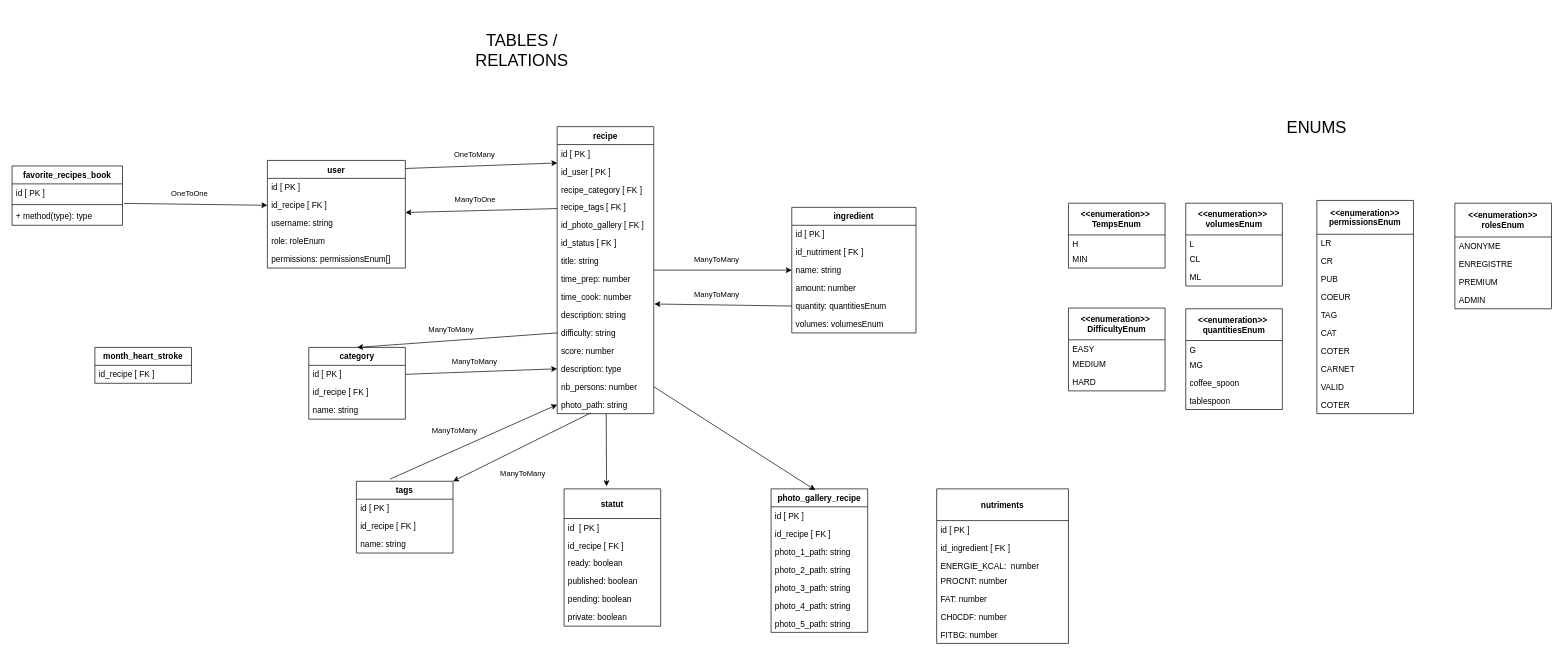
Above: diagramme-recettes.drawio in Thomas088/diagramme-cuisine (draw.io), before the change. Source tidied: cells renumbered, new cells numbered last; positions are measured from the earlier drawing's top-left corner, leaving out a move shared by most shapes. Both pictures are drawn from the tidied source at 69%, with x=0, y=0 at pixel (12, 12).
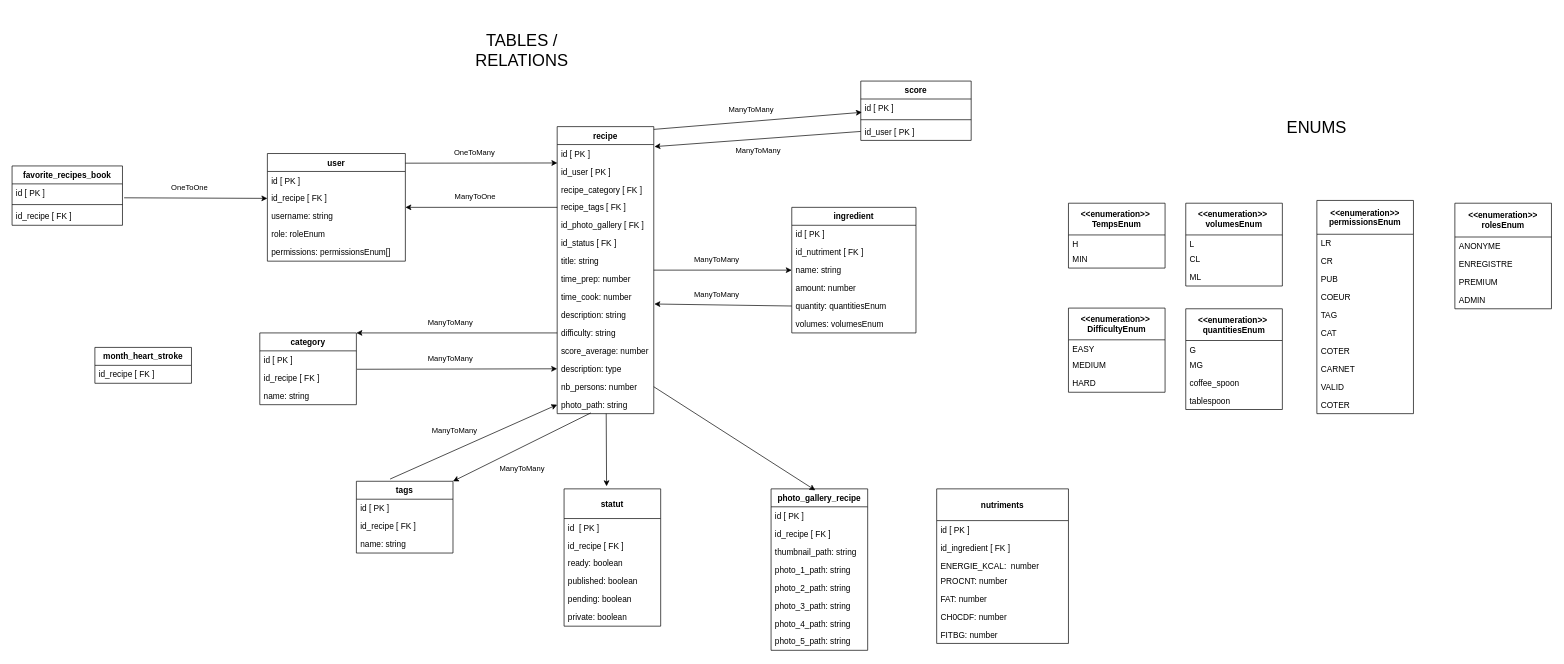
The same diagram, later.

Unchanged cells that the change refers to:
```xml
<mxCell id="18" value="recipe" style="swimlane;fontStyle=1;horizontal=1;startSize=26;fillColor=none;" parent="1" vertex="1">
  <mxGeometry x="790" y="166" width="140" height="416" as="geometry" />
</mxCell>
<mxCell id="20" value="id_user [ PK ]" style="text;strokeColor=none;fillColor=none;align=left;verticalAlign=top;spacingLeft=4;spacingRight=4;overflow=hidden;points=[[0,0.5],[1,0.5]];portConstraint=eastwest;" parent="18" vertex="1">
  <mxGeometry y="52" width="140" height="26" as="geometry" />
</mxCell>
<mxCell id="22" value="recipe_tags [ FK ]" style="text;strokeColor=none;fillColor=none;align=left;verticalAlign=top;spacingLeft=4;spacingRight=4;overflow=hidden;points=[[0,0.5],[1,0.5]];portConstraint=eastwest;" parent="18" vertex="1">
  <mxGeometry y="104" width="140" height="26" as="geometry" />
</mxCell>
<mxCell id="29" value="difficulty: string" style="text;strokeColor=none;fillColor=none;align=left;verticalAlign=top;spacingLeft=4;spacingRight=4;overflow=hidden;points=[[0,0.5],[1,0.5]];portConstraint=eastwest;" parent="18" vertex="1">
  <mxGeometry y="286" width="140" height="26" as="geometry" />
</mxCell>
<mxCell id="31" value="description: type" style="text;strokeColor=none;fillColor=none;align=left;verticalAlign=top;spacingLeft=4;spacingRight=4;overflow=hidden;points=[[0,0.5],[1,0.5]];portConstraint=eastwest;" parent="18" vertex="1">
  <mxGeometry y="338" width="140" height="26" as="geometry" />
</mxCell>
<mxCell id="36" style="endArrow=classic;html=1;exitX=0.349;exitY=0.958;exitDx=0;exitDy=0;exitPerimeter=0;entryX=1;entryY=0;entryDx=0;entryDy=0;" parent="1" edge="1" source="33" target="72">
  <mxGeometry relative="1" as="geometry" />
</mxCell>
<mxCell id="111" value="favorite_recipes_book" style="swimlane;fontStyle=1;align=center;verticalAlign=top;horizontal=1;startSize=26;" parent="1" vertex="1">
  <mxGeometry y="223" width="160" height="86" as="geometry" />
</mxCell>
<mxCell id="112" value="id [ PK ]" style="text;strokeColor=none;fillColor=none;align=left;verticalAlign=top;spacingLeft=4;spacingRight=4;overflow=hidden;points=[[0,0.5],[1,0.5]];portConstraint=eastwest;" parent="111" vertex="1">
  <mxGeometry y="26" width="160" height="26" as="geometry" />
</mxCell>
```

What changed in the source:
```diff
@@
-    <mxCell id="4" style="endArrow=classic;html=1;entryX=0.002;entryY=0.026;entryDx=0;entryDy=0;entryPerimeter=0;exitX=0.999;exitY=0.075;exitDx=0;exitDy=0;exitPerimeter=0;" parent="1" edge="1" source="99" target="20">
-      <mxGeometry relative="1" as="geometry" />
+    <mxCell id="4" style="endArrow=classic;html=1;entryX=0.002;entryY=0.026;entryDx=0;entryDy=0;entryPerimeter=0;" parent="1" edge="1" target="20">
+      <mxGeometry relative="1" as="geometry">
+        <mxPoint x="570" y="219" as="sourcePoint" />
+      </mxGeometry>
     </mxCell>
@@
-    <mxCell id="6" style="endArrow=classic;html=1;" parent="1" edge="1" source="22" target="99">
+    <mxCell id="6" style="endArrow=classic;html=1;exitX=0;exitY=0.5;exitDx=0;exitDy=0;" parent="1" edge="1" source="22" target="99">
       <mxGeometry relative="1" as="geometry" />
     </mxCell>
@@
-    <mxCell id="14" style="endArrow=classic;html=1;exitX=0;exitY=0.5;exitDx=0;exitDy=0;entryX=0.5;entryY=0;entryDx=0;entryDy=0;" parent="1" edge="1" source="29" target="105">
+    <mxCell id="14" style="endArrow=classic;html=1;exitX=0;exitY=0.5;exitDx=0;exitDy=0;entryX=1;entryY=0;entryDx=0;entryDy=0;" parent="1" edge="1" source="29" target="105">
       <mxGeometry relative="1" as="geometry" />
     </mxCell>
@@
-    <mxCell id="16" style="endArrow=classic;html=1;entryX=0;entryY=0.5;entryDx=0;entryDy=0;exitX=1;exitY=0.5;exitDx=0;exitDy=0;" parent="1" edge="1" source="106" target="31">
+    <mxCell id="16" style="endArrow=classic;html=1;entryX=0;entryY=0.5;entryDx=0;entryDy=0;exitX=1.006;exitY=1.026;exitDx=0;exitDy=0;exitPerimeter=0;" parent="1" edge="1" source="106" target="31">
       <mxGeometry relative="1" as="geometry" />
     </mxCell>
@@
-    <mxCell id="30" value="score: number" style="text;strokeColor=none;fillColor=none;align=left;verticalAlign=top;spacingLeft=4;spacingRight=4;overflow=hidden;" parent="18" vertex="1">
+    <mxCell id="30" value="score_average: number" style="text;strokeColor=none;fillColor=none;align=left;verticalAlign=top;spacingLeft=4;spacingRight=4;overflow=hidden;" parent="18" vertex="1">
       <mxGeometry y="312" width="140" height="26" as="geometry" />
     </mxCell>
@@
-    <mxCell id="37" value="ManyToMany" style="edgeLabel;html=1;align=center;verticalAlign=middle;" parent="36" vertex="1">
+    <mxCell id="37" value="ManyToMany" style="edgeLabel;html=1;align=center;verticalAlign=middle;rotation=0;" parent="36" vertex="1">
       <mxGeometry relative="1" as="geometry">
-        <mxPoint x="0.6" y="38" as="offset" />
+        <mxPoint x="0.2" y="29.5" as="offset" />
       </mxGeometry>
     </mxCell>
-    <mxCell id="38" style="endArrow=classic;html=1;exitX=1.014;exitY=1.087;exitDx=0;exitDy=0;exitPerimeter=0;entryX=0;entryY=0.5;entryDx=0;entryDy=0;" parent="1" edge="1" source="112" target="101">
+    <mxCell id="38" style="endArrow=classic;html=1;exitX=1.015;exitY=0.776;exitDx=0;exitDy=0;exitPerimeter=0;entryX=0;entryY=0.5;entryDx=0;entryDy=0;" parent="1" edge="1" source="112" target="101">
       <mxGeometry relative="1" as="geometry" />
     </mxCell>
@@
     <mxCell id="68" value="&lt;&lt;enumeration&gt;&gt; &#10;DifficultyEnum" style="swimlane;fontStyle=1;horizontal=1;startSize=46;fillColor=none;" parent="1" vertex="1">
-      <mxGeometry x="1531" y="429" width="140" height="120" as="geometry" />
+      <mxGeometry x="1531" y="429" width="140" height="122" as="geometry" />
     </mxCell>
     <mxCell id="69" value="EASY" style="text;strokeColor=none;fillColor=none;align=left;verticalAlign=top;spacingLeft=4;spacingRight=4;overflow=hidden;" parent="68" vertex="1">
-      <mxGeometry y="46" width="140" height="22" as="geometry" />
+      <mxGeometry y="46" width="140" height="24" as="geometry" />
     </mxCell>
     <mxCell id="70" value="MEDIUM" style="text;strokeColor=none;fillColor=none;align=left;verticalAlign=top;spacingLeft=4;spacingRight=4;overflow=hidden;" parent="68" vertex="1">
-      <mxGeometry y="68" width="140" height="26" as="geometry" />
+      <mxGeometry y="70" width="140" height="26" as="geometry" />
     </mxCell>
     <mxCell id="71" value="HARD" style="text;strokeColor=none;fillColor=none;align=left;verticalAlign=top;spacingLeft=4;spacingRight=4;overflow=hidden;" parent="68" vertex="1">
-      <mxGeometry y="94" width="140" height="26" as="geometry" />
+      <mxGeometry y="96" width="140" height="26" as="geometry" />
     </mxCell>
@@
     <mxCell id="76" value="photo_gallery_recipe" style="swimlane;fontStyle=1;horizontal=1;startSize=26;fillColor=none;" parent="1" vertex="1">
-      <mxGeometry x="1100" y="691" width="140" height="208" as="geometry" />
+      <mxGeometry x="1100" y="691" width="140" height="234" as="geometry" />
     </mxCell>
@@
+    <mxCell id="122" value="thumbnail_path: string " style="text;strokeColor=none;fillColor=none;align=left;verticalAlign=top;spacingLeft=4;spacingRight=4;overflow=hidden;" parent="76" vertex="1">
+      <mxGeometry y="78" width="140" height="26" as="geometry" />
+    </mxCell>
     <mxCell id="79" value="photo_1_path: string " style="text;strokeColor=none;fillColor=none;align=left;verticalAlign=top;spacingLeft=4;spacingRight=4;overflow=hidden;" parent="76" vertex="1">
-      <mxGeometry y="78" width="140" height="26" as="geometry" />
+      <mxGeometry y="104" width="140" height="26" as="geometry" />
     </mxCell>
     <mxCell id="80" value="photo_2_path: string " style="text;strokeColor=none;fillColor=none;align=left;verticalAlign=top;spacingLeft=4;spacingRight=4;overflow=hidden;" parent="76" vertex="1">
-      <mxGeometry y="104" width="140" height="26" as="geometry" />
+      <mxGeometry y="130" width="140" height="26" as="geometry" />
     </mxCell>
     <mxCell id="81" value="photo_3_path: string " style="text;strokeColor=none;fillColor=none;align=left;verticalAlign=top;spacingLeft=4;spacingRight=4;overflow=hidden;" parent="76" vertex="1">
-      <mxGeometry y="130" width="140" height="26" as="geometry" />
+      <mxGeometry y="156" width="140" height="26" as="geometry" />
     </mxCell>
     <mxCell id="82" value="photo_4_path: string " style="text;strokeColor=none;fillColor=none;align=left;verticalAlign=top;spacingLeft=4;spacingRight=4;overflow=hidden;" parent="76" vertex="1">
-      <mxGeometry y="156" width="140" height="26" as="geometry" />
+      <mxGeometry y="182" width="140" height="26" as="geometry" />
     </mxCell>
     <mxCell id="83" value="photo_5_path: string " style="text;strokeColor=none;fillColor=none;align=left;verticalAlign=top;spacingLeft=4;spacingRight=4;overflow=hidden;" parent="76" vertex="1">
-      <mxGeometry y="182" width="140" height="26" as="geometry" />
+      <mxGeometry y="208" width="140" height="26" as="geometry" />
     </mxCell>
@@
-    <mxCell id="99" value="user" style="swimlane;fontStyle=1;horizontal=1;startSize=26;fillColor=none;" parent="1" vertex="1">
-      <mxGeometry x="370" y="215" width="200" height="156" as="geometry" />
-    </mxCell>
-    <mxCell id="100" value="id [ PK ]" style="text;strokeColor=none;fillColor=none;align=left;verticalAlign=top;spacingLeft=4;spacingRight=4;overflow=hidden;" parent="99" vertex="1">
-      <mxGeometry y="26" width="200" height="26" as="geometry" />
-    </mxCell>
-    <mxCell id="101" value="id_recipe [ FK ]" style="text;strokeColor=none;fillColor=none;align=left;verticalAlign=top;spacingLeft=4;spacingRight=4;overflow=hidden;points=[[0,0.5],[1,0.5]];portConstraint=eastwest;" parent="99" vertex="1">
-      <mxGeometry y="52" width="200" height="26" as="geometry" />
-    </mxCell>
-    <mxCell id="102" value="username: string" style="text;strokeColor=none;fillColor=none;align=left;verticalAlign=top;spacingLeft=4;spacingRight=4;overflow=hidden;" parent="99" vertex="1">
-      <mxGeometry y="78" width="200" height="26" as="geometry" />
-    </mxCell>
-    <mxCell id="103" value="role: roleEnum" style="text;strokeColor=none;fillColor=none;align=left;verticalAlign=top;spacingLeft=4;spacingRight=4;overflow=hidden;" parent="99" vertex="1">
-      <mxGeometry y="104" width="200" height="26" as="geometry" />
-    </mxCell>
-    <mxCell id="104" value="permissions: permissionsEnum[]" style="text;strokeColor=none;fillColor=none;align=left;verticalAlign=top;spacingLeft=4;spacingRight=4;overflow=hidden;" parent="99" vertex="1">
-      <mxGeometry y="130" width="200" height="26" as="geometry" />
-    </mxCell>
-    <mxCell id="105" value="category" style="swimlane;fontStyle=1;horizontal=1;startSize=26;fillColor=none;" parent="1" vertex="1">
-      <mxGeometry x="430" y="486" width="140" height="104" as="geometry" />
-    </mxCell>
-    <mxCell id="106" value="id [ PK ]" style="text;strokeColor=none;fillColor=none;align=left;verticalAlign=top;spacingLeft=4;spacingRight=4;overflow=hidden;points=[[0,0.5],[1,0.5]];portConstraint=eastwest;" parent="105" vertex="1">
-      <mxGeometry y="26" width="140" height="26" as="geometry" />
-    </mxCell>
-    <mxCell id="107" value="id_recipe [ FK ]" style="text;strokeColor=none;fillColor=none;align=left;verticalAlign=top;spacingLeft=4;spacingRight=4;overflow=hidden;" parent="105" vertex="1">
-      <mxGeometry y="52" width="140" height="26" as="geometry" />
-    </mxCell>
-    <mxCell id="108" value="name: string" style="text;strokeColor=none;fillColor=none;align=left;verticalAlign=top;spacingLeft=4;spacingRight=4;overflow=hidden;" parent="105" vertex="1">
-      <mxGeometry y="78" width="140" height="26" as="geometry" />
-    </mxCell>
@@
-    <mxCell id="114" value="+ method(type): type" style="text;strokeColor=none;fillColor=none;align=left;verticalAlign=top;spacingLeft=4;spacingRight=4;overflow=hidden;" parent="111" vertex="1">
+    <mxCell id="114" value="id_recipe [ FK ]" style="text;strokeColor=none;fillColor=none;align=left;verticalAlign=top;spacingLeft=4;spacingRight=4;overflow=hidden;" parent="111" vertex="1">
       <mxGeometry y="60" width="160" height="26" as="geometry" />
     </mxCell>
@@
+    <mxCell id="105" value="category" style="swimlane;fontStyle=1;horizontal=1;startSize=26;fillColor=none;" parent="1" vertex="1">
+      <mxGeometry x="359" y="465" width="140" height="104" as="geometry" />
+    </mxCell>
+    <mxCell id="106" value="id [ PK ]" style="text;strokeColor=none;fillColor=none;align=left;verticalAlign=top;spacingLeft=4;spacingRight=4;overflow=hidden;points=[[0,0.5],[1,0.5]];portConstraint=eastwest;" parent="105" vertex="1">
+      <mxGeometry y="26" width="140" height="26" as="geometry" />
+    </mxCell>
+    <mxCell id="107" value="id_recipe [ FK ]" style="text;strokeColor=none;fillColor=none;align=left;verticalAlign=top;spacingLeft=4;spacingRight=4;overflow=hidden;" parent="105" vertex="1">
+      <mxGeometry y="52" width="140" height="26" as="geometry" />
+    </mxCell>
+    <mxCell id="108" value="name: string" style="text;strokeColor=none;fillColor=none;align=left;verticalAlign=top;spacingLeft=4;spacingRight=4;overflow=hidden;" parent="105" vertex="1">
+      <mxGeometry y="78" width="140" height="26" as="geometry" />
+    </mxCell>
+    <mxCell id="99" value="user" style="swimlane;fontStyle=1;horizontal=1;startSize=26;fillColor=none;" parent="1" vertex="1">
+      <mxGeometry x="370" y="205" width="200" height="156" as="geometry" />
+    </mxCell>
+    <mxCell id="100" value="id [ PK ]" style="text;strokeColor=none;fillColor=none;align=left;verticalAlign=top;spacingLeft=4;spacingRight=4;overflow=hidden;" parent="99" vertex="1">
+      <mxGeometry y="26" width="200" height="26" as="geometry" />
+    </mxCell>
+    <mxCell id="101" value="id_recipe [ FK ]" style="text;strokeColor=none;fillColor=none;align=left;verticalAlign=top;spacingLeft=4;spacingRight=4;overflow=hidden;points=[[0,0.5],[1,0.5]];portConstraint=eastwest;" parent="99" vertex="1">
+      <mxGeometry y="52" width="200" height="26" as="geometry" />
+    </mxCell>
+    <mxCell id="102" value="username: string" style="text;strokeColor=none;fillColor=none;align=left;verticalAlign=top;spacingLeft=4;spacingRight=4;overflow=hidden;" parent="99" vertex="1">
+      <mxGeometry y="78" width="200" height="26" as="geometry" />
+    </mxCell>
+    <mxCell id="103" value="role: roleEnum" style="text;strokeColor=none;fillColor=none;align=left;verticalAlign=top;spacingLeft=4;spacingRight=4;overflow=hidden;" parent="99" vertex="1">
+      <mxGeometry y="104" width="200" height="26" as="geometry" />
+    </mxCell>
+    <mxCell id="104" value="permissions: permissionsEnum[]" style="text;strokeColor=none;fillColor=none;align=left;verticalAlign=top;spacingLeft=4;spacingRight=4;overflow=hidden;" parent="99" vertex="1">
+      <mxGeometry y="130" width="200" height="26" as="geometry" />
+    </mxCell>
+    <mxCell id="123" style="endArrow=classic;html=1;entryX=0.01;entryY=0.741;entryDx=0;entryDy=0;entryPerimeter=0;" parent="1" edge="1" target="128">
+      <mxGeometry relative="1" as="geometry">
+        <mxPoint x="930" y="170" as="sourcePoint" />
+      </mxGeometry>
+    </mxCell>
+    <mxCell id="124" value="ManyToMany" style="edgeLabel;html=1;align=center;verticalAlign=middle;" parent="123" vertex="1">
+      <mxGeometry relative="1" as="geometry">
+        <mxPoint x="-10" y="-16" as="offset" />
+      </mxGeometry>
+    </mxCell>
+    <mxCell id="125" style="endArrow=classic;html=1;exitX=0;exitY=0.5;exitDx=0;exitDy=0;" parent="1" edge="1" source="130">
+      <mxGeometry relative="1" as="geometry">
+        <mxPoint x="931" y="195" as="targetPoint" />
+      </mxGeometry>
+    </mxCell>
+    <mxCell id="126" value="ManyToMany" style="edgeLabel;html=1;align=center;verticalAlign=middle;" parent="125" vertex="1">
+      <mxGeometry relative="1" as="geometry">
+        <mxPoint x="-0.4" y="16" as="offset" />
+      </mxGeometry>
+    </mxCell>
+    <mxCell id="127" value="score" style="swimlane;fontStyle=1;align=center;verticalAlign=top;horizontal=1;startSize=26;" parent="1" vertex="1">
+      <mxGeometry x="1230" y="100" width="160" height="86" as="geometry" />
+    </mxCell>
+    <mxCell id="128" value="id [ PK ]" style="text;strokeColor=none;fillColor=none;align=left;verticalAlign=top;spacingLeft=4;spacingRight=4;overflow=hidden;points=[[0,0.5],[1,0.5]];portConstraint=eastwest;" parent="127" vertex="1">
+      <mxGeometry y="26" width="160" height="26" as="geometry" />
+    </mxCell>
+    <mxCell id="129" style="line;strokeWidth=1;fillColor=none;align=left;verticalAlign=middle;spacingTop=-1;spacingLeft=3;spacingRight=3;labelPosition=right;" parent="127" vertex="1">
+      <mxGeometry y="52" width="160" height="8" as="geometry" />
+    </mxCell>
+    <mxCell id="130" value="id_user [ PK ]" style="text;strokeColor=none;fillColor=none;align=left;verticalAlign=top;spacingLeft=4;spacingRight=4;overflow=hidden;points=[[0,0.5],[1,0.5]];portConstraint=eastwest;" parent="127" vertex="1">
+      <mxGeometry y="60" width="160" height="26" as="geometry" />
+    </mxCell>
```
